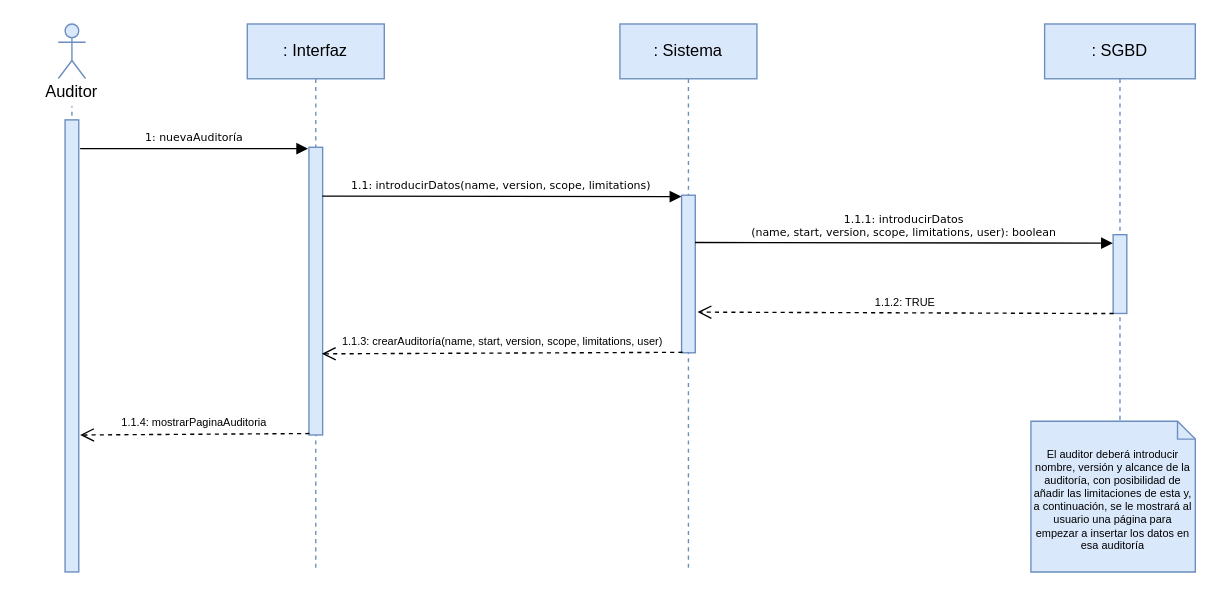
Above: page "Crear auditoría" (3 of 6) of sequenceDiagram.drawio in Carrivax/diagrams (draw.io), before the change. Source tidied: cells renumbered, new cells numbered last; positions are measured from the earlier drawing's top-left corner, leaving out a move shared by most shapes. Both pictures are drawn from the tidied source at 137%, with x=0, y=0 at pixel (23, 23).
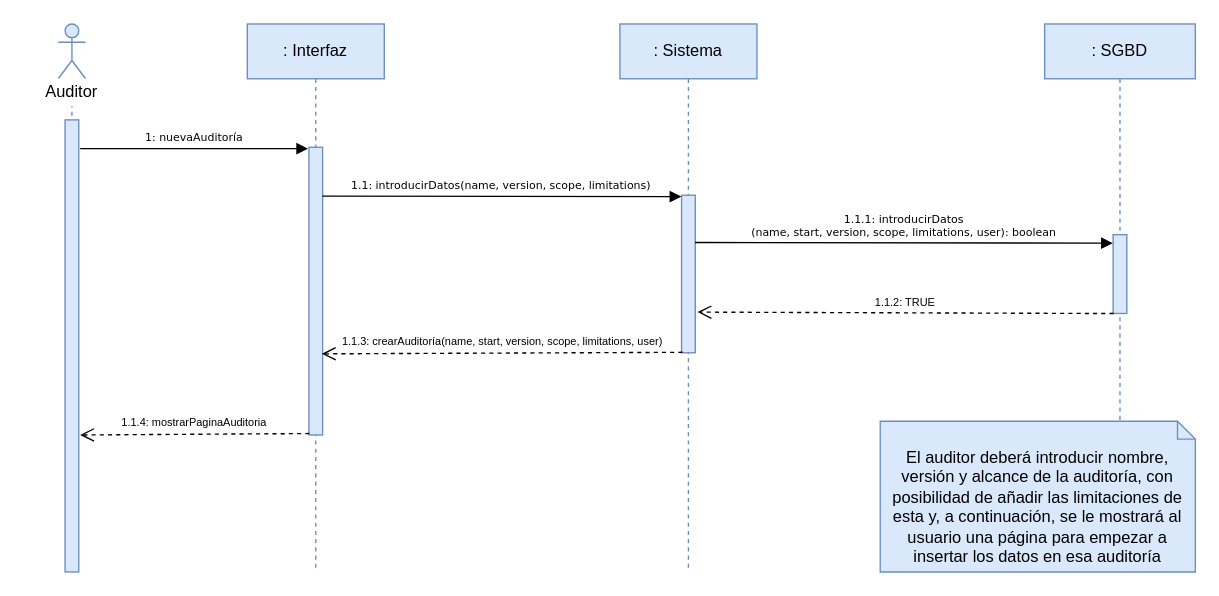
The same page after the edit.

The change refers to these unchanged cells:
```xml
<mxCell id="9" value=": SGBD" style="shape=umlLifeline;perimeter=lifelinePerimeter;whiteSpace=wrap;html=1;fillColor=#dae8fc;strokeColor=#6c8ebf;" parent="1" vertex="1">
  <mxGeometry x="745" width="110" height="400" as="geometry" />
</mxCell>
```

What changed in the source:
```diff
@@
-    <mxCell id="11" value="&lt;div align=&quot;center&quot;&gt;El auditor deberá introducir nombre, versión y alcance de la auditoría, con posibilidad de añadir las limitaciones de esta y, a continuación, se le mostrará al usuario una página para empezar a insertar los datos en esa auditoría&lt;br&gt;&lt;/div&gt;" style="shape=note2;boundedLbl=1;whiteSpace=wrap;html=1;size=13;verticalAlign=top;align=center;fontSize=8;fillColor=#dae8fc;strokeColor=#6c8ebf;" parent="9" vertex="1">
-      <mxGeometry x="-10" y="290" width="120" height="110" as="geometry" />
+    <mxCell id="11" value="&lt;div align=&quot;center&quot;&gt;&lt;font style=&quot;font-size: 12px&quot;&gt;El auditor deberá introducir nombre, versión y alcance de la auditoría, con posibilidad de añadir las limitaciones de esta y, a continuación, se le mostrará al usuario una página para empezar a insertar los datos en esa auditoría&lt;br&gt;&lt;/font&gt;&lt;/div&gt;" style="shape=note2;boundedLbl=1;whiteSpace=wrap;html=1;size=13;verticalAlign=top;align=center;fontSize=8;fillColor=#dae8fc;strokeColor=#6c8ebf;" parent="9" vertex="1">
+      <mxGeometry x="-120" y="290" width="230" height="110" as="geometry" />
     </mxCell>
```
